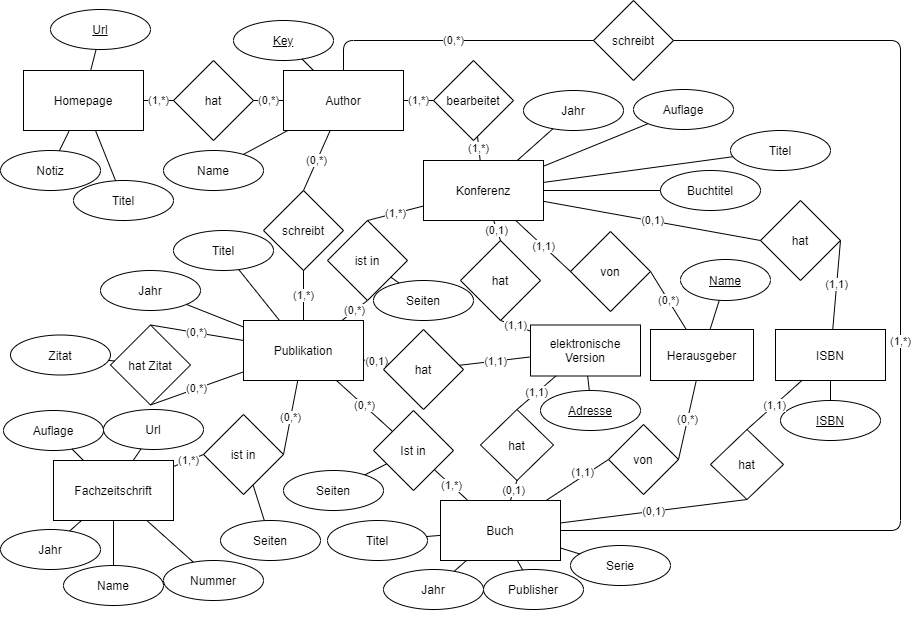
TimoStroick/Bachelor keeps this draw.io diagram as Dokumente/LaTex/bilder/ER-Modell.png. Above is the earlier version. Source tidied: cells renumbered, new cells last; positions are measured from the earlier drawing's top-left corner, leaving out a move shared by most shapes.
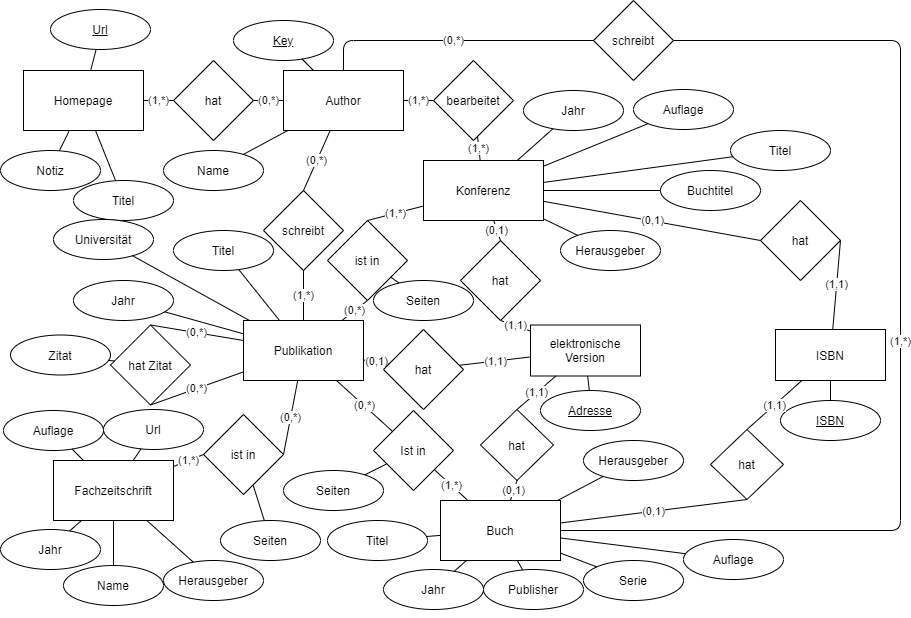
Above is the later version.

The edit, as a diff of the source:
```diff
@@ -167,12 +167,6 @@
     <mxCell id="56" style="endArrow=none;html=1;" parent="1" edge="1" source="55" target="52">
       <mxGeometry relative="1" as="geometry" />
     </mxCell>
-    <mxCell id="57" value="Nummer" style="ellipse;whiteSpace=wrap;html=1;align=center;" parent="1" vertex="1">
-      <mxGeometry x="163" y="560" width="100" height="40" as="geometry" />
-    </mxCell>
-    <mxCell id="58" style="endArrow=none;html=1;" parent="1" edge="1" source="57" target="4">
-      <mxGeometry relative="1" as="geometry" />
-    </mxCell>
     <mxCell id="59" style="edgeStyle=orthogonalEdgeStyle;rounded=0;orthogonalLoop=1;jettySize=auto;html=1;exitX=0.5;exitY=1;exitDx=0;exitDy=0;" parent="1" edge="1" source="20" target="20">
       <mxGeometry relative="1" as="geometry" />
     </mxCell>
@@ -279,7 +273,7 @@
       <mxGeometry relative="1" as="geometry" />
     </mxCell>
     <mxCell id="91" value="Jahr" style="ellipse;whiteSpace=wrap;html=1;align=center;" parent="1" vertex="1">
-      <mxGeometry x="100" y="270" width="100" height="40" as="geometry" />
+      <mxGeometry x="73" y="280" width="100" height="40" as="geometry" />
     </mxCell>
     <mxCell id="92" style="endArrow=none;html=1;" parent="1" edge="1" source="91" target="3">
       <mxGeometry relative="1" as="geometry" />
@@ -318,42 +312,40 @@
       <mxGeometry relative="1" as="geometry" />
     </mxCell>
     <mxCell id="104" value="Serie" style="ellipse;whiteSpace=wrap;html=1;align=center;" parent="1" vertex="1">
-      <mxGeometry x="570" y="545" width="100" height="40" as="geometry" />
+      <mxGeometry x="583" y="560" width="100" height="40" as="geometry" />
     </mxCell>
     <mxCell id="105" style="endArrow=none;html=1;strokeColor=#000000;" parent="1" edge="1" source="104" target="39">
       <mxGeometry relative="1" as="geometry" />
     </mxCell>
-    <mxCell id="106" style="endArrow=none;html=1;strokeColor=#000000;entryX=0;entryY=0.5;entryDx=0;entryDy=0;" parent="1" edge="1" source="39" target="111">
-      <mxGeometry relative="1" as="geometry" />
-    </mxCell>
-    <mxCell id="107" value="(1,1)" style="edgeLabel;html=1;align=center;verticalAlign=middle;" parent="106" vertex="1">
-      <mxGeometry x="0.33" y="-2" relative="1" as="geometry">
-        <mxPoint x="-7.3" y="-2.4" as="offset" />
-      </mxGeometry>
-    </mxCell>
-    <mxCell id="108" value="Herausgeber" style="rounded=0;whiteSpace=wrap;html=1;" parent="1" vertex="1">
-      <mxGeometry x="650" y="329" width="103" height="51" as="geometry" />
-    </mxCell>
-    <mxCell id="109" value="von" style="rhombus;whiteSpace=wrap;html=1;" parent="1" vertex="1">
-      <mxGeometry x="570" y="231" width="80" height="80" as="geometry" />
-    </mxCell>
-    <mxCell id="110" value="(1,1)" style="endArrow=none;html=1;exitX=0;exitY=0.5;exitDx=0;exitDy=0;" parent="1" edge="1" source="109" target="9">
-      <mxGeometry relative="1" as="geometry" />
-    </mxCell>
-    <mxCell id="111" value="von" style="rhombus;whiteSpace=wrap;html=1;" parent="1" vertex="1">
-      <mxGeometry x="608" y="424" width="70" height="70" as="geometry" />
-    </mxCell>
-    <mxCell id="112" value="(0,*)" style="endArrow=none;html=1;exitX=1;exitY=0.5;exitDx=0;exitDy=0;" parent="1" edge="1" source="109" target="108">
-      <mxGeometry relative="1" as="geometry" />
-    </mxCell>
-    <mxCell id="113" value="(0,*)" style="endArrow=none;html=1;entryX=1;entryY=0.5;entryDx=0;entryDy=0;" parent="1" edge="1" source="108" target="111">
-      <mxGeometry relative="1" as="geometry" />
-    </mxCell>
-    <mxCell id="114" value="&lt;u&gt;Name&lt;/u&gt;" style="ellipse;whiteSpace=wrap;html=1;align=center;" parent="1" vertex="1">
-      <mxGeometry x="680" y="259" width="90" height="41" as="geometry" />
-    </mxCell>
-    <mxCell id="115" style="endArrow=none;html=1;strokeColor=#000000;" parent="1" edge="1" source="108" target="114">
-      <mxGeometry relative="1" as="geometry" />
-    </mxCell>
+    <mxCell id="116" value="Universität" style="ellipse;whiteSpace=wrap;html=1;align=center;" parent="1" vertex="1">
+      <mxGeometry x="53" y="219" width="100" height="40" as="geometry" />
+    </mxCell>
+    <mxCell id="117" style="endArrow=none;html=1;" parent="1" edge="1" source="116" target="3">
+      <mxGeometry relative="1" as="geometry" />
+    </mxCell>
+    <mxCell id="118" value="Auflage" style="ellipse;whiteSpace=wrap;html=1;align=center;" parent="1" vertex="1">
+      <mxGeometry x="683" y="539" width="100" height="40" as="geometry" />
+    </mxCell>
+    <mxCell id="119" style="endArrow=none;html=1;strokeColor=#000000;" parent="1" edge="1" source="118" target="39">
+      <mxGeometry relative="1" as="geometry" />
+    </mxCell>
+    <mxCell id="120" value="Herausgeber" style="ellipse;whiteSpace=wrap;html=1;align=center;" parent="1" vertex="1">
+      <mxGeometry x="583" y="440" width="100" height="40" as="geometry" />
+    </mxCell>
+    <mxCell id="121" value="Herausgeber" style="ellipse;whiteSpace=wrap;html=1;align=center;" parent="1" vertex="1">
+      <mxGeometry x="560" y="230" width="100" height="40" as="geometry" />
+    </mxCell>
+    <mxCell id="122" value="Herausgeber" style="ellipse;whiteSpace=wrap;html=1;align=center;" parent="1" vertex="1">
+      <mxGeometry x="163" y="560" width="100" height="40" as="geometry" />
+    </mxCell>
+    <mxCell id="123" style="endArrow=none;html=1;" parent="1" edge="1" source="39" target="120">
+      <mxGeometry relative="1" as="geometry" />
+    </mxCell>
+    <mxCell id="124" style="endArrow=none;html=1;" parent="1" edge="1" source="121" target="9">
+      <mxGeometry relative="1" as="geometry" />
+    </mxCell>
+    <mxCell id="125" style="endArrow=none;html=1;" parent="1" edge="1" source="122" target="4">
+      <mxGeometry relative="1" as="geometry" />
+    </mxCell>
   </root>
 </mxGraphModel>
```
